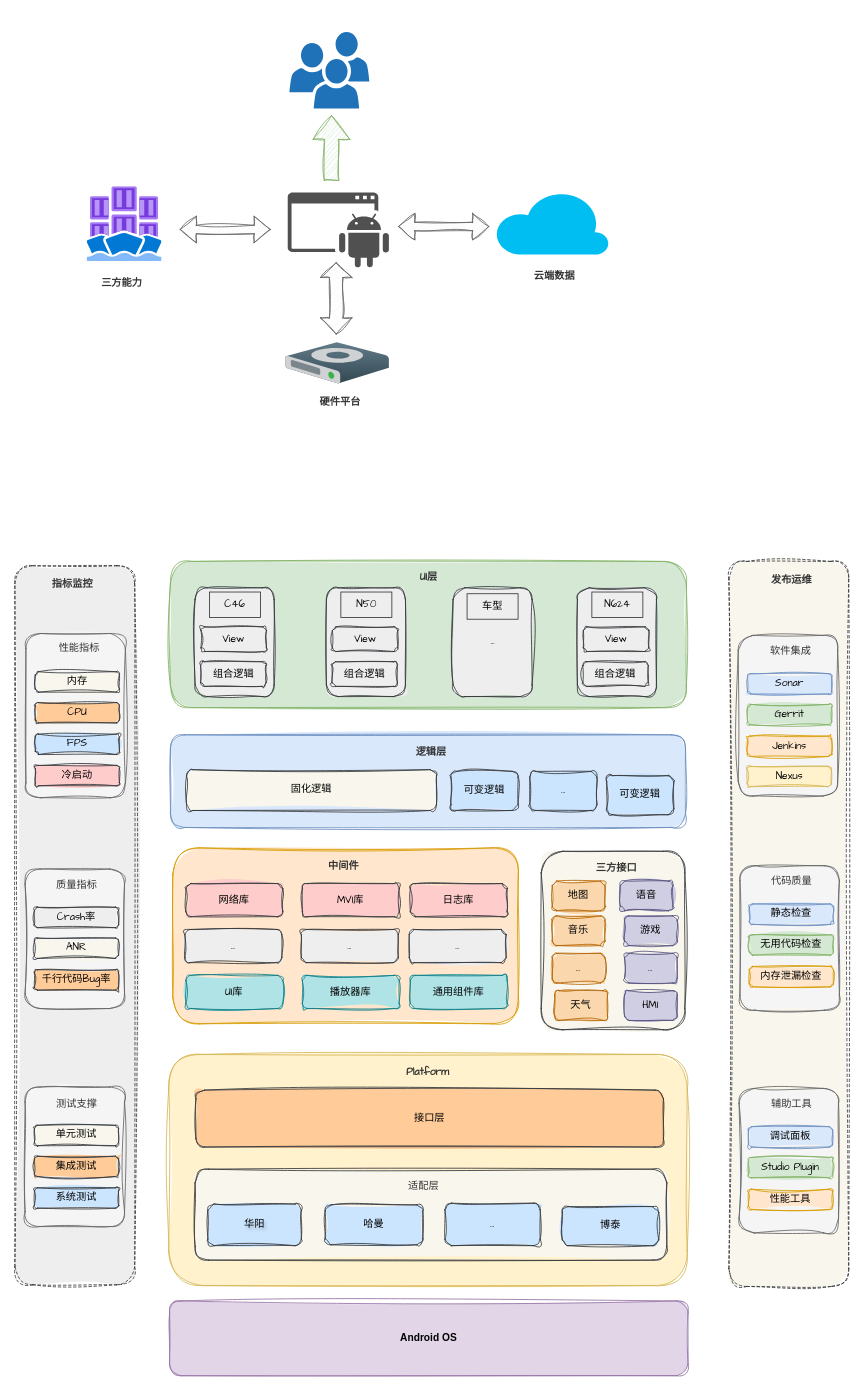
The draw.io diagram PPT.drawio in TryLoveCatch/charts, before the edit. Source tidied: cells renumbered, new cells numbered last; positions are measured from the earlier drawing's top-left corner, leaving out a move shared by most shapes. Both pictures are drawn from the tidied source at 85%, with x=0, y=0 at pixel (14, 31).
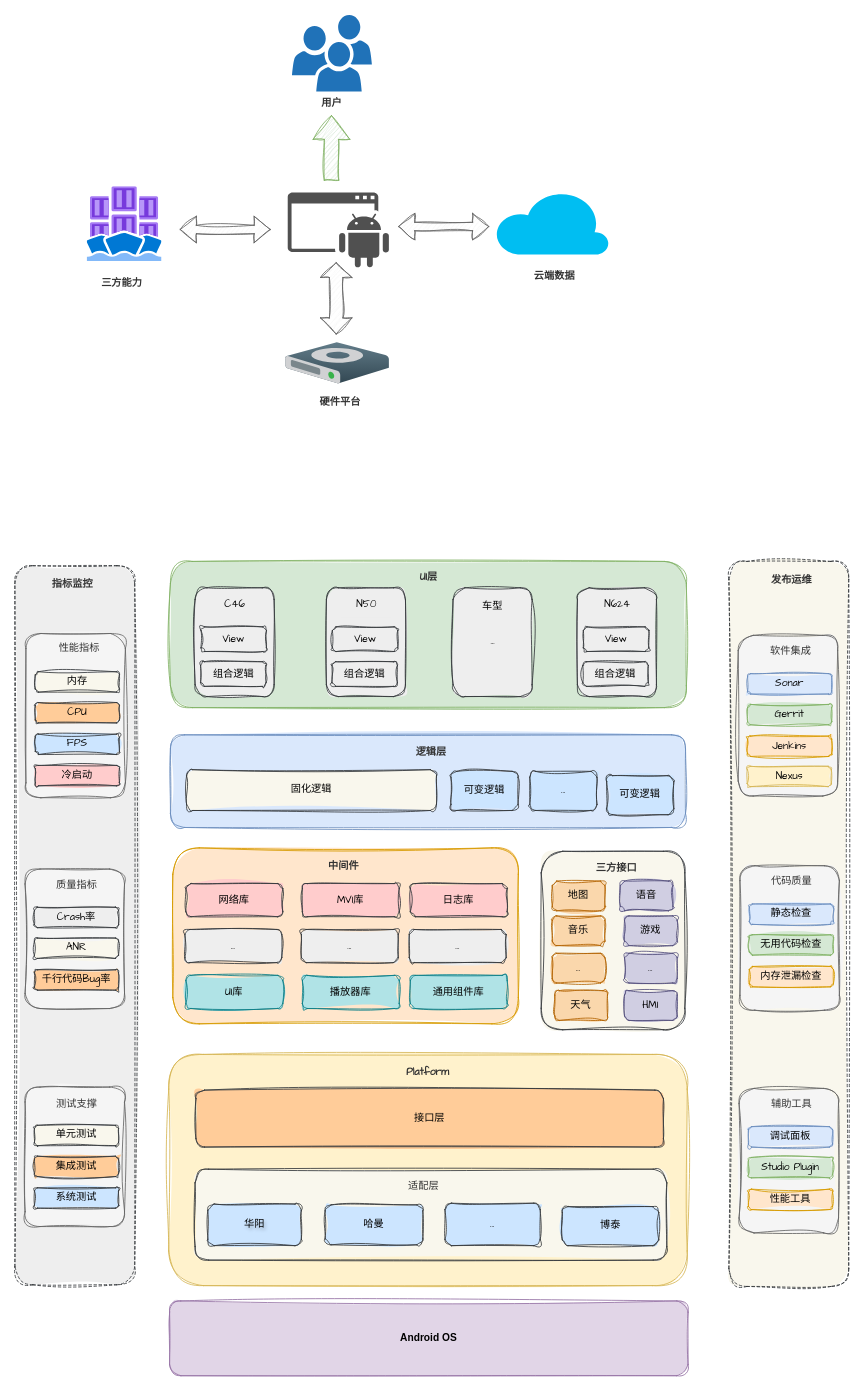
After the change.

The edit, as a diff of the source:
```diff
@@
     <mxCell id="11" style="sketch=0;shadow=0;dashed=0;html=1;strokeColor=none;labelPosition=center;verticalLabelPosition=bottom;verticalAlign=top;align=center;shape=mxgraph.office.users.users;fillColor=#2072B8;rounded=1;jiggle=2;curveFitting=1;fontFamily=Comic Sans MS;fontSize=12;fontColor=#333333;" parent="1" vertex="1">
-      <mxGeometry x="323" width="94" height="90" as="geometry" />
+      <mxGeometry x="326" y="-20" width="94" height="90" as="geometry" />
     </mxCell>
@@
-    <mxCell id="58" value="C46" style="text;html=1;align=center;verticalAlign=middle;whiteSpace=wrap;rounded=0;fontFamily=Comic Sans MS;fontSize=12;labelBackgroundColor=none;fillColor=#eeeeee;strokeColor=#36393d;" parent="1" vertex="1">
+    <mxCell id="58" value="C46" style="text;html=1;align=center;verticalAlign=middle;whiteSpace=wrap;rounded=0;fontFamily=Comic Sans MS;fontSize=12;labelBackgroundColor=none;fillColor=none;strokeColor=none;" parent="1" vertex="1">
       <mxGeometry x="229" y="659" width="60" height="30" as="geometry" />
     </mxCell>
@@
-    <mxCell id="62" value="N50" style="text;html=1;align=center;verticalAlign=middle;whiteSpace=wrap;rounded=0;fontFamily=Comic Sans MS;fontSize=12;labelBackgroundColor=none;fillColor=#eeeeee;strokeColor=#36393d;fillStyle=solid;" parent="1" vertex="1">
+    <mxCell id="62" value="N50" style="text;html=1;align=center;verticalAlign=middle;whiteSpace=wrap;rounded=0;fontFamily=Comic Sans MS;fontSize=12;labelBackgroundColor=none;fillColor=#eeeeee;strokeColor=none;fillStyle=solid;" parent="1" vertex="1">
       <mxGeometry x="383.5" y="659" width="60" height="30" as="geometry" />
     </mxCell>
@@
-    <mxCell id="67" value="N624" style="text;html=1;align=center;verticalAlign=middle;whiteSpace=wrap;rounded=0;fontFamily=Comic Sans MS;fontSize=12;labelBackgroundColor=none;fillColor=#eeeeee;strokeColor=#36393d;fillStyle=solid;" parent="1" vertex="1">
+    <mxCell id="67" value="N624" style="text;html=1;align=center;verticalAlign=middle;whiteSpace=wrap;rounded=0;fontFamily=Comic Sans MS;fontSize=12;labelBackgroundColor=none;fillColor=none;strokeColor=none;fillStyle=solid;" parent="1" vertex="1">
       <mxGeometry x="678.8" y="659" width="60" height="30" as="geometry" />
     </mxCell>
@@
-    <mxCell id="102" value="车型" style="text;html=1;align=center;verticalAlign=middle;whiteSpace=wrap;rounded=0;fontFamily=Comic Sans MS;fontSize=12;labelBackgroundColor=none;fillColor=#eeeeee;strokeColor=#36393d;fillStyle=solid;" parent="1" vertex="1">
+    <mxCell id="102" value="车型" style="text;html=1;align=center;verticalAlign=middle;whiteSpace=wrap;rounded=0;fontFamily=Comic Sans MS;fontSize=12;labelBackgroundColor=none;fillColor=none;strokeColor=none;fillStyle=solid;" parent="1" vertex="1">
       <mxGeometry x="532" y="661" width="60" height="30" as="geometry" />
     </mxCell>
+    <mxCell id="103" value="用户" style="text;html=1;align=center;verticalAlign=middle;whiteSpace=wrap;rounded=0;fontFamily=Comic Sans MS;fontSize=12;fontColor=#333333;labelBackgroundColor=default;fontStyle=1;" parent="1" vertex="1">
+      <mxGeometry x="343" y="70" width="60" height="30" as="geometry" />
+    </mxCell>
```
